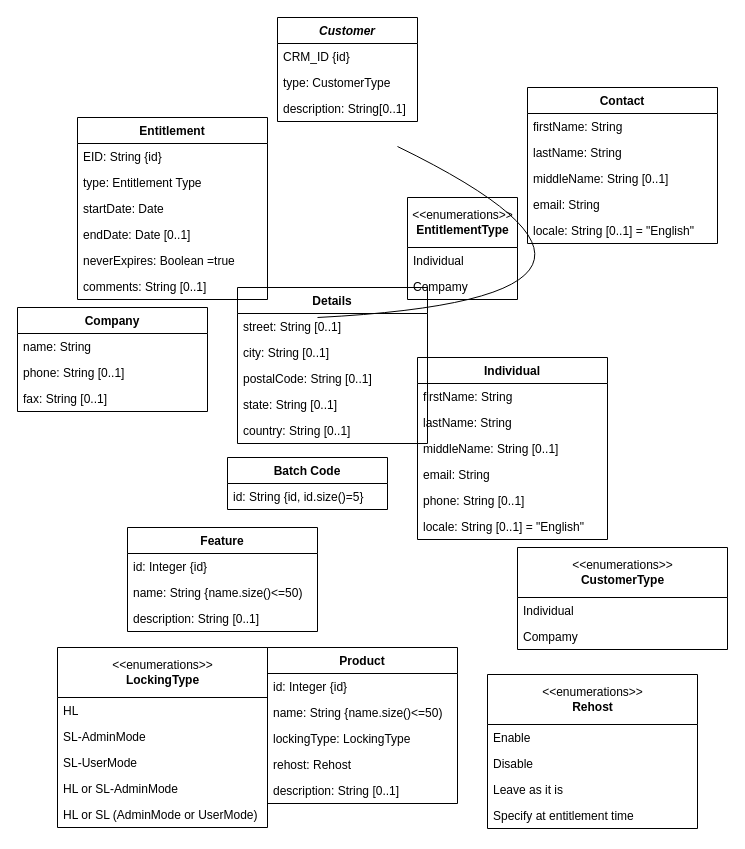
BadTimeGiver/Draw.io-AGH keeps this draw.io diagram as Untitled Diagram.drawio. Above is the earlier version. Source tidied: cells renumbered, new cells numbered last; positions are measured from the earlier drawing's top-left corner, leaving out a move shared by most shapes. Both pictures are drawn from the tidied source at 100%, with x=0, y=0 at pixel (17, 17).
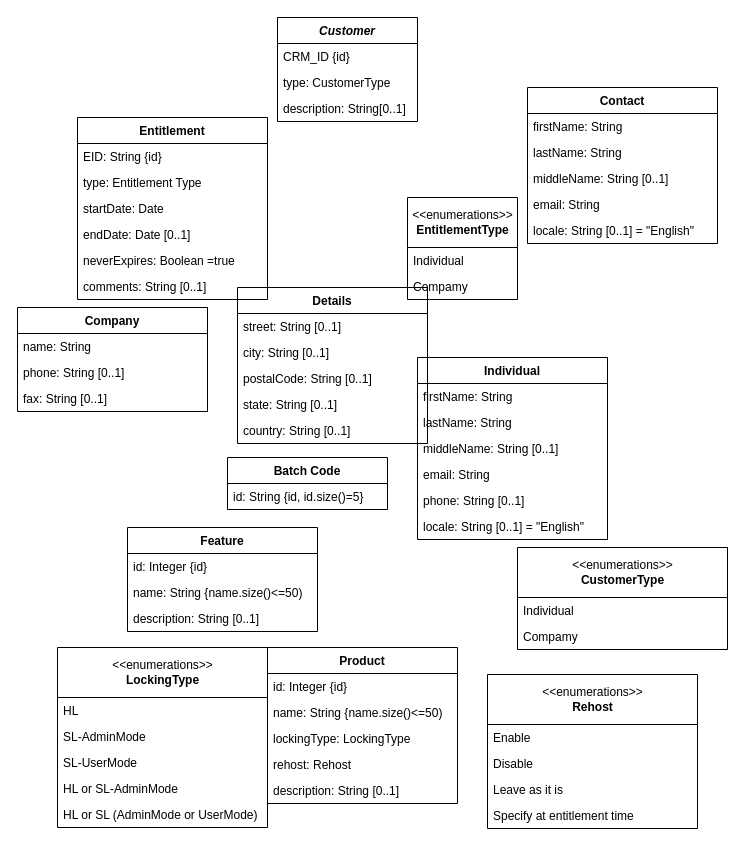
The same diagram, later.

What changed in the source:
```diff
@@
-    <mxCell id="2" style="endArrow=none;html=1;curved=1;" parent="1" edge="1">
-      <mxGeometry relative="1" as="geometry">
-        <mxPoint x="300" y="300" as="sourcePoint" />
-        <mxPoint x="380" y="129" as="targetPoint" />
-        <Array as="points">
-          <mxPoint x="690" y="280" />
-        </Array>
-      </mxGeometry>
-    </mxCell>
```
